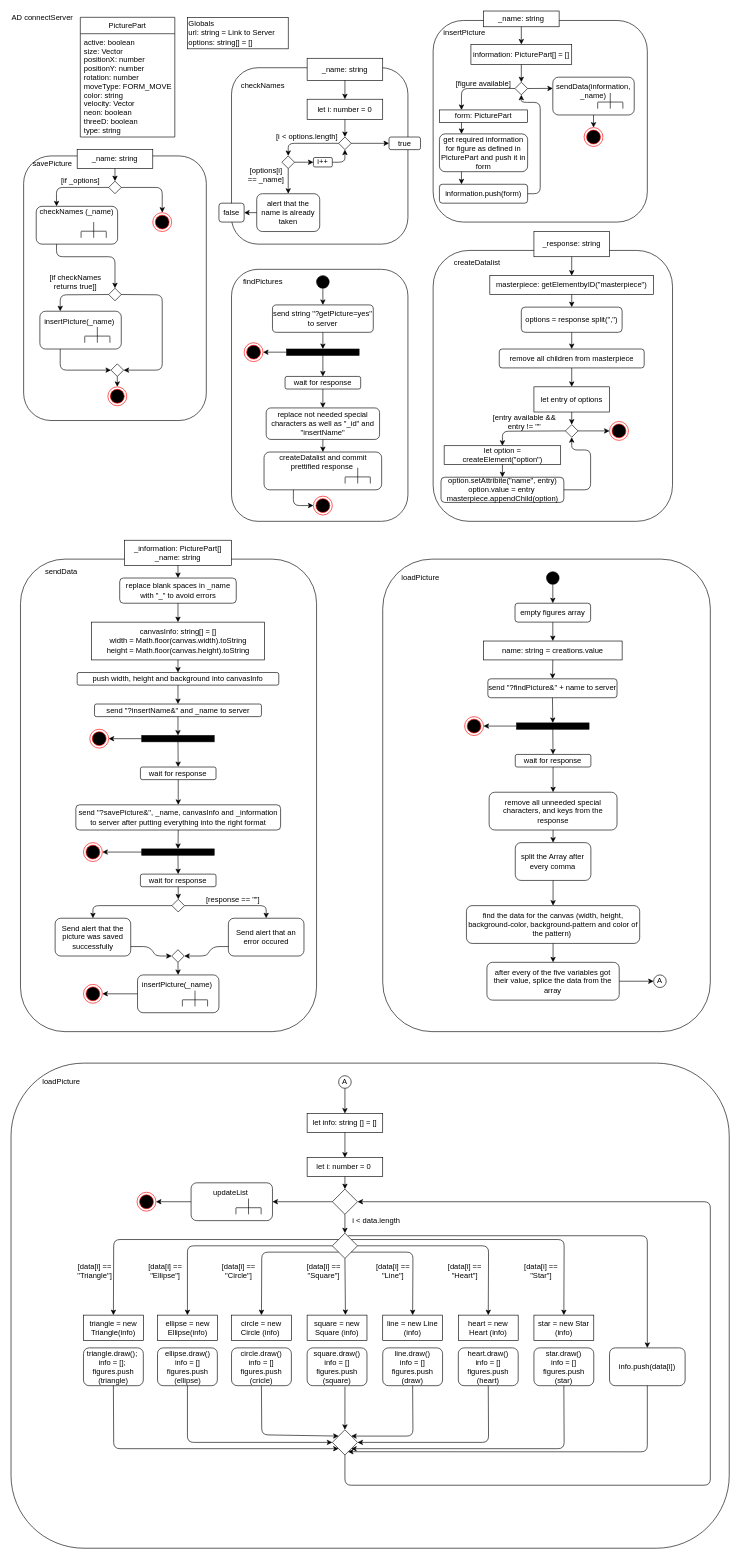
This is page "Connect Server_AD" (6 of 7) of Endabgabe/Konzeption/Konzeption.drawio from KohlerAl/EIA2, a draw.io file, before an edit. Source tidied: cells renumbered, new cells numbered last; positions are measured from the earlier drawing's top-left corner, leaving out a move shared by most shapes. Both pictures are drawn from the tidied source at 63%, with x=0, y=0 at pixel (11, 11).
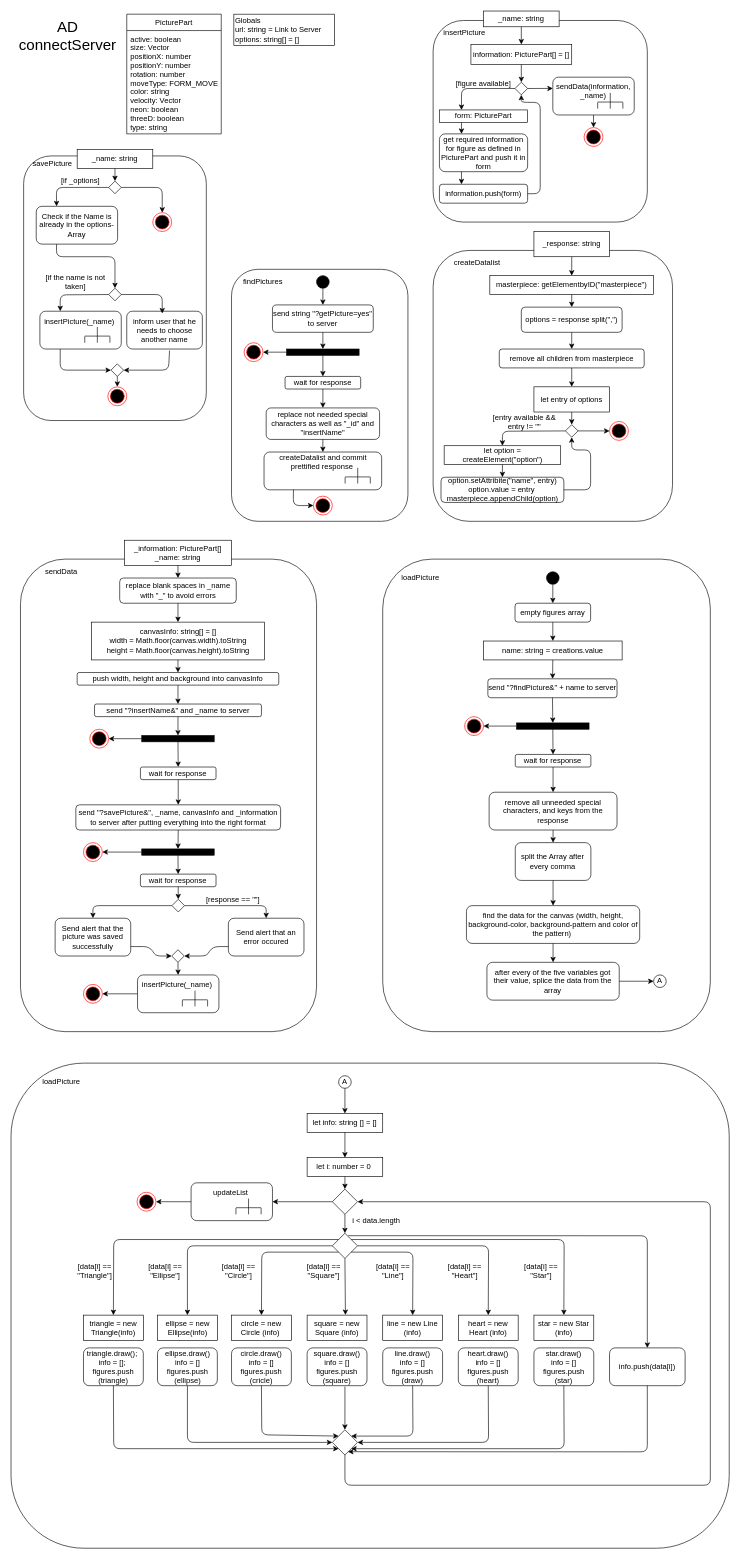
After the change.

Unchanged cells that the change refers to:
```xml
<mxCell id="13" style="rhombus;whiteSpace=wrap;html=1;rounded=0;" parent="1" vertex="1">
  <mxGeometry x="155" y="440" width="20" height="20" as="geometry" />
</mxCell>
<mxCell id="239" style="rhombus;whiteSpace=wrap;html=1;rounded=0;" parent="1" vertex="1">
  <mxGeometry x="158.7" y="560" width="20" height="20" as="geometry" />
</mxCell>
```

What changed in the source:
```diff
@@
     <mxCell id="2" value="Globals&lt;br&gt;url: string = Link to Server&lt;br&gt;&lt;div&gt;&lt;span&gt;options: string[] = []&lt;/span&gt;&lt;/div&gt;" style="html=1;rounded=0;align=left;" parent="1" vertex="1">
-      <mxGeometry x="280" y="10" width="160" height="50" as="geometry" />
+      <mxGeometry x="353.7" y="5" width="160" height="50" as="geometry" />
     </mxCell>
@@
-    <mxCell id="4" value="PicturePart" style="swimlane;fontStyle=0;horizontal=1;startSize=26;fillColor=none;rounded=0;" parent="1" vertex="1">
-      <mxGeometry x="110" y="10" width="150" height="190" as="geometry" />
-    </mxCell>
-    <mxCell id="5" value="active: boolean &#10;size: Vector&#10;positionX: number&#10;positionY: number&#10;rotation: number&#10;moveType: FORM_MOVE&#10;color: string&#10;velocity: Vector&#10;neon: boolean&#10;threeD: boolean &#10;type: string" style="text;strokeColor=none;fillColor=none;align=left;verticalAlign=top;spacingLeft=4;spacingRight=4;overflow=hidden;" parent="4" vertex="1">
-      <mxGeometry y="26" width="150" height="164" as="geometry" />
-    </mxCell>
@@
-    <mxCell id="8" value="checkNames (_name)&lt;br&gt;&lt;br&gt;&lt;br&gt;&amp;nbsp; &amp;nbsp; &amp;nbsp; &amp;nbsp; &amp;nbsp; &amp;nbsp; &amp;nbsp; &amp;nbsp; &amp;nbsp; &amp;nbsp; &amp;nbsp; &amp;nbsp;" style="rounded=1;whiteSpace=wrap;html=1;" parent="1" vertex="1">
+    <mxCell id="8" value="Check if the Name is already in the options-Array" style="rounded=1;whiteSpace=wrap;html=1;" parent="1" vertex="1">
       <mxGeometry x="40" y="310" width="129.2" height="60" as="geometry" />
     </mxCell>
-    <mxCell id="9" style="endArrow=none;html=1;" parent="1" edge="1">
-      <mxGeometry relative="1" as="geometry">
-        <mxPoint x="131.2" y="360" as="sourcePoint" />
-        <mxPoint x="131.2" y="335" as="targetPoint" />
-      </mxGeometry>
-    </mxCell>
-    <mxCell id="10" style="endArrow=none;html=1;" parent="1" edge="1">
-      <mxGeometry relative="1" as="geometry">
-        <mxPoint x="111.2" y="349.5" as="sourcePoint" />
-        <mxPoint x="151.2" y="349.5" as="targetPoint" />
-      </mxGeometry>
-    </mxCell>
-    <mxCell id="11" style="endArrow=none;html=1;" parent="1" edge="1">
-      <mxGeometry relative="1" as="geometry">
-        <mxPoint x="151.2" y="360" as="sourcePoint" />
-        <mxPoint x="151.2" y="350" as="targetPoint" />
-      </mxGeometry>
-    </mxCell>
-    <mxCell id="12" style="endArrow=none;html=1;" parent="1" edge="1">
-      <mxGeometry relative="1" as="geometry">
-        <mxPoint x="111.2" y="360" as="sourcePoint" />
-        <mxPoint x="111.2" y="350" as="targetPoint" />
-      </mxGeometry>
-    </mxCell>
@@
-    <mxCell id="25" style="endArrow=classic;html=1;exitX=1;exitY=0.5;exitDx=0;exitDy=0;entryX=1;entryY=0.5;entryDx=0;entryDy=0;" parent="1" edge="1" source="13" target="239">
+    <mxCell id="25" style="endArrow=classic;html=1;exitX=0.566;exitY=1.042;exitDx=0;exitDy=0;entryX=1;entryY=0.5;entryDx=0;entryDy=0;exitPerimeter=0;" parent="1" edge="1" source="247" target="239">
       <mxGeometry relative="1" as="geometry">
         <Array as="points">
-          <mxPoint x="240" y="450.5" />
-          <mxPoint x="240" y="570" />
+          <mxPoint x="250" y="570" />
         </Array>
       </mxGeometry>
     </mxCell>
@@
-    <mxCell id="27" value="[if checkNames returns true]]" style="text;html=1;strokeColor=none;fillColor=none;align=center;verticalAlign=middle;whiteSpace=wrap;rounded=0;" parent="1" vertex="1">
+    <mxCell id="27" value="[if the name is not taken]" style="text;html=1;strokeColor=none;fillColor=none;align=center;verticalAlign=middle;whiteSpace=wrap;rounded=0;" parent="1" vertex="1">
       <mxGeometry x="45.8" y="420" width="112.9" height="20" as="geometry" />
     </mxCell>
-    <mxCell id="28" value="AD connectServer" style="text;html=1;strokeColor=none;fillColor=none;align=center;verticalAlign=middle;whiteSpace=wrap;rounded=0;" parent="1" vertex="1">
-      <mxGeometry width="100" height="20" as="geometry" />
+    <mxCell id="28" value="&lt;font style=&quot;font-size: 24px&quot;&gt;AD connectServer&lt;/font&gt;" style="text;html=1;strokeColor=none;fillColor=none;align=center;verticalAlign=middle;whiteSpace=wrap;rounded=0;" parent="1" vertex="1">
+      <mxGeometry x="30" y="5" width="120" height="70" as="geometry" />
     </mxCell>
-    <mxCell id="29" style="rounded=1;whiteSpace=wrap;html=1;" parent="1" vertex="1">
-      <mxGeometry x="350" y="90" width="280" height="280" as="geometry" />
-    </mxCell>
-    <mxCell id="30" value="checkNames" style="text;html=1;strokeColor=none;fillColor=none;align=center;verticalAlign=middle;whiteSpace=wrap;rounded=0;" parent="1" vertex="1">
-      <mxGeometry x="380" y="108" width="40" height="20" as="geometry" />
-    </mxCell>
-    <mxCell id="31" value="_name: string" style="rounded=0;whiteSpace=wrap;html=1;" parent="1" vertex="1">
-      <mxGeometry x="470" y="75" width="120" height="35" as="geometry" />
-    </mxCell>
-    <mxCell id="32" value="let i: number = 0" style="rounded=0;whiteSpace=wrap;html=1;" parent="1" vertex="1">
-      <mxGeometry x="470" y="140" width="120" height="32" as="geometry" />
-    </mxCell>
-    <mxCell id="33" style="rhombus;whiteSpace=wrap;html=1;rounded=0;" parent="1" vertex="1">
-      <mxGeometry x="520" y="200" width="20" height="20" as="geometry" />
-    </mxCell>
-    <mxCell id="34" value="alert that the name is already taken" style="rounded=1;whiteSpace=wrap;html=1;" parent="1" vertex="1">
-      <mxGeometry x="390" y="290" width="100" height="60" as="geometry" />
-    </mxCell>
-    <mxCell id="35" style="rhombus;whiteSpace=wrap;html=1;rounded=0;" parent="1" vertex="1">
-      <mxGeometry x="430" y="230" width="20" height="20" as="geometry" />
-    </mxCell>
-    <mxCell id="36" value="false" style="rounded=1;whiteSpace=wrap;html=1;" parent="1" vertex="1">
-      <mxGeometry x="330" y="305" width="40" height="30" as="geometry" />
-    </mxCell>
-    <mxCell id="37" style="endArrow=classic;html=1;exitX=0.5;exitY=1;exitDx=0;exitDy=0;entryX=0.5;entryY=0;entryDx=0;entryDy=0;" parent="1" edge="1" source="31" target="32">
-      <mxGeometry relative="1" as="geometry" />
-    </mxCell>
-    <mxCell id="38" style="endArrow=classic;html=1;exitX=0.5;exitY=1;exitDx=0;exitDy=0;entryX=0.5;entryY=0;entryDx=0;entryDy=0;" parent="1" edge="1" source="32" target="33">
-      <mxGeometry relative="1" as="geometry" />
-    </mxCell>
-    <mxCell id="39" style="endArrow=classic;html=1;exitX=0;exitY=0.5;exitDx=0;exitDy=0;entryX=0.5;entryY=0;entryDx=0;entryDy=0;" parent="1" edge="1" source="33" target="35">
-      <mxGeometry relative="1" as="geometry">
-        <Array as="points">
-          <mxPoint x="440" y="210" />
-        </Array>
-      </mxGeometry>
-    </mxCell>
-    <mxCell id="40" style="endArrow=classic;html=1;exitX=0.5;exitY=1;exitDx=0;exitDy=0;entryX=0.5;entryY=0;entryDx=0;entryDy=0;" parent="1" edge="1" source="35" target="34">
-      <mxGeometry relative="1" as="geometry" />
-    </mxCell>
-    <mxCell id="41" style="endArrow=classic;html=1;exitX=1;exitY=0.5;exitDx=0;exitDy=0;entryX=0.5;entryY=1;entryDx=0;entryDy=0;" parent="1" edge="1" source="47" target="33">
-      <mxGeometry relative="1" as="geometry">
-        <Array as="points">
-          <mxPoint x="530" y="240" />
-        </Array>
-      </mxGeometry>
-    </mxCell>
-    <mxCell id="42" style="endArrow=classic;html=1;exitX=0;exitY=0.5;exitDx=0;exitDy=0;entryX=1;entryY=0.5;entryDx=0;entryDy=0;" parent="1" edge="1" source="34" target="36">
-      <mxGeometry relative="1" as="geometry" />
-    </mxCell>
-    <mxCell id="43" style="endArrow=classic;html=1;exitX=1;exitY=0.5;exitDx=0;exitDy=0;entryX=0;entryY=0.5;entryDx=0;entryDy=0;" parent="1" edge="1" source="33" target="44">
-      <mxGeometry relative="1" as="geometry" />
-    </mxCell>
-    <mxCell id="44" value="true" style="rounded=1;whiteSpace=wrap;html=1;" parent="1" vertex="1">
-      <mxGeometry x="600" y="200" width="50" height="20" as="geometry" />
-    </mxCell>
-    <mxCell id="45" value="[i &amp;lt; options.length]" style="text;html=1;strokeColor=none;fillColor=none;align=center;verticalAlign=middle;whiteSpace=wrap;rounded=0;" parent="1" vertex="1">
-      <mxGeometry x="420" y="190" width="100" height="20" as="geometry" />
-    </mxCell>
-    <mxCell id="46" value="[options[i] == _name]" style="text;html=1;strokeColor=none;fillColor=none;align=center;verticalAlign=middle;whiteSpace=wrap;rounded=0;" parent="1" vertex="1">
-      <mxGeometry x="370" y="250" width="70" height="20" as="geometry" />
-    </mxCell>
-    <mxCell id="47" value="i++" style="rounded=1;whiteSpace=wrap;html=1;" parent="1" vertex="1">
-      <mxGeometry x="480" y="232.5" width="30" height="15" as="geometry" />
-    </mxCell>
-    <mxCell id="48" style="endArrow=classic;html=1;exitX=1;exitY=0.5;exitDx=0;exitDy=0;entryX=0;entryY=0.5;entryDx=0;entryDy=0;" parent="1" edge="1" source="35" target="47">
-      <mxGeometry relative="1" as="geometry" />
-    </mxCell>
@@
+    <mxCell id="4" value="PicturePart" style="swimlane;fontStyle=0;horizontal=1;startSize=26;fillColor=none;rounded=0;" parent="1" vertex="1">
+      <mxGeometry x="183.7" y="5" width="150" height="190" as="geometry" />
+    </mxCell>
+    <mxCell id="5" value="active: boolean &#10;size: Vector&#10;positionX: number&#10;positionY: number&#10;rotation: number&#10;moveType: FORM_MOVE&#10;color: string&#10;velocity: Vector&#10;neon: boolean&#10;threeD: boolean &#10;type: string" style="text;strokeColor=none;fillColor=none;align=left;verticalAlign=top;spacingLeft=4;spacingRight=4;overflow=hidden;" parent="4" vertex="1">
+      <mxGeometry y="26" width="150" height="164" as="geometry" />
+    </mxCell>
@@
+    <mxCell id="247" value="inform user that he needs to choose another name" style="rounded=1;whiteSpace=wrap;html=1;" parent="1" vertex="1">
+      <mxGeometry x="183.7" y="476.5" width="120" height="60" as="geometry" />
+    </mxCell>
+    <mxCell id="248" style="endArrow=classic;html=1;exitX=1;exitY=0.5;exitDx=0;exitDy=0;" parent="1" edge="1" source="13">
+      <mxGeometry relative="1" as="geometry">
+        <mxPoint x="240" y="480" as="targetPoint" />
+        <Array as="points">
+          <mxPoint x="240" y="450" />
+        </Array>
+      </mxGeometry>
+    </mxCell>
```
